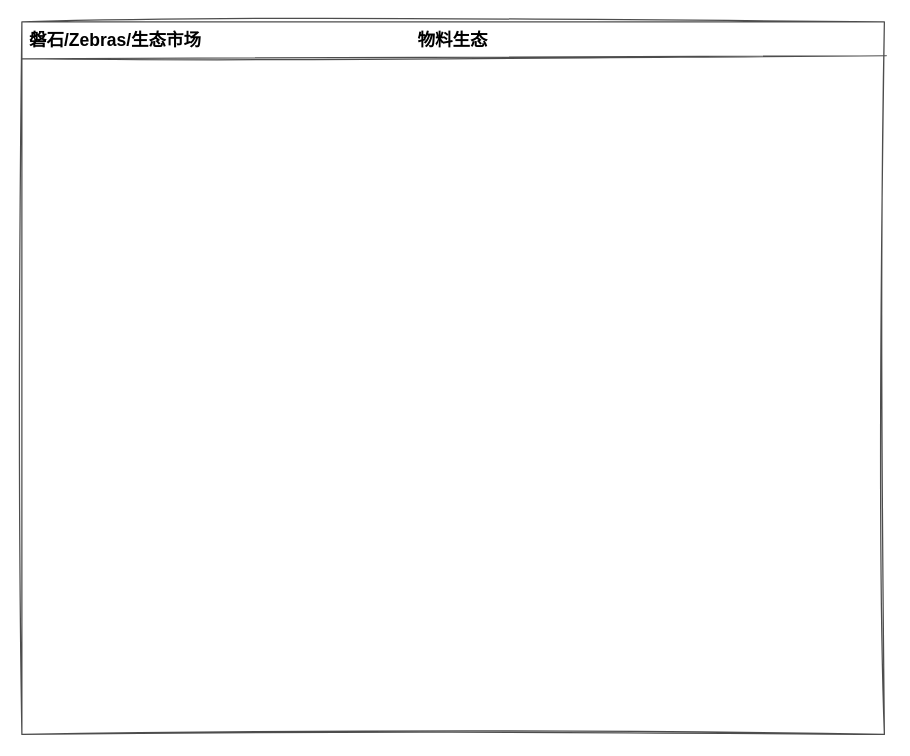
tangyaosimida/love keeps this draw.io diagram as 低代码—物料市场—物料详情.drawio. Above is the earlier version. Source tidied: cells renumbered, new cells numbered last; positions are measured from the earlier drawing's top-left corner, leaving out a move shared by most shapes. Both pictures are drawn from the tidied source at 125%, with x=0, y=0 at pixel (21, 21).
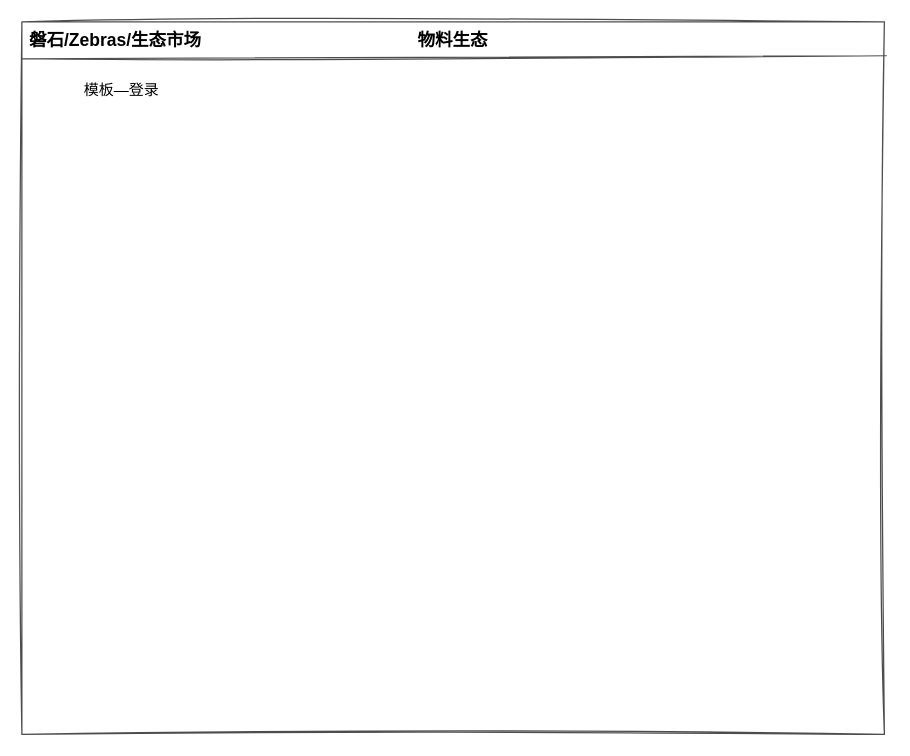
Above is the later version.

Commit message (it also covers changes not shown here):
更新低代码—物料市场—物料详情.drawio

Change to the diagram source:
```diff
@@
 <mxGraphModel>
   <root>
     <mxCell id="0" />
     <mxCell id="1" parent="0" />
     <mxCell id="2" style="rounded=0;whiteSpace=wrap;html=1;fillColor=none;strokeColor=#4D4D4D;shadow=0;sketch=1;curveFitting=1;jiggle=2;" parent="1" vertex="1">
       <mxGeometry width="690" height="570" as="geometry" />
     </mxCell>
     <mxCell id="3" value="物料生态" style="text;html=1;align=center;verticalAlign=middle;whiteSpace=wrap;rounded=0;fontSize=14;fontStyle=1;shadow=0;sketch=1;curveFitting=1;jiggle=2;" parent="1" vertex="1">
       <mxGeometry x="315" width="60" height="30" as="geometry" />
     </mxCell>
     <mxCell id="4" value="磐石/Zebras/生态市场" style="text;html=1;align=center;verticalAlign=middle;whiteSpace=wrap;rounded=0;fontSize=14;fontStyle=1;shadow=0;sketch=1;curveFitting=1;jiggle=2;" parent="1" vertex="1">
       <mxGeometry width="150" height="30" as="geometry" />
     </mxCell>
     <mxCell id="5" style="endArrow=none;html=1;rounded=0;entryX=1.002;entryY=0.034;entryDx=0;entryDy=0;entryPerimeter=0;exitX=0;exitY=0.75;exitDx=0;exitDy=0;strokeColor=#4D4D4D;shadow=0;sketch=1;curveFitting=1;jiggle=2;" parent="1" edge="1">
       <mxGeometry relative="1" as="geometry">
         <mxPoint y="29.5" as="sourcePoint" />
         <mxPoint x="691.4" y="27.1" as="targetPoint" />
       </mxGeometry>
     </mxCell>
+    <mxCell id="6" value="模板—登录" style="text;html=1;align=center;verticalAlign=middle;whiteSpace=wrap;rounded=0;" parent="1" vertex="1">
+      <mxGeometry x="10" y="40" width="140" height="30" as="geometry" />
+    </mxCell>
   </root>
 </mxGraphModel>
```
